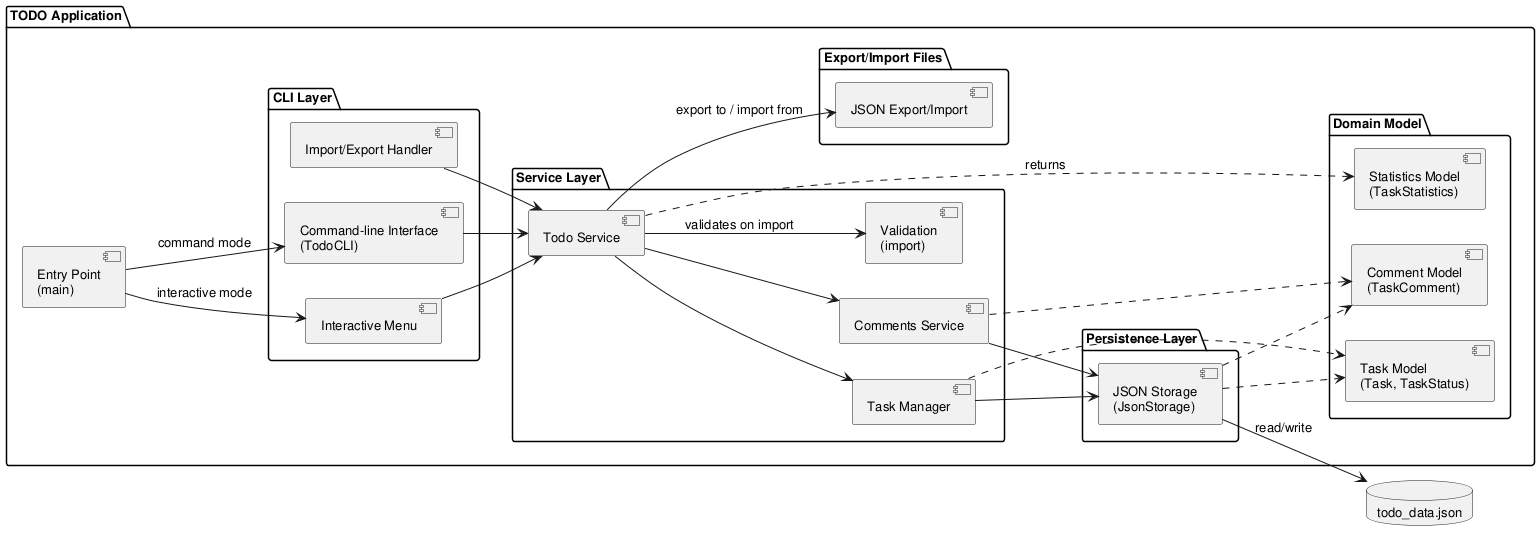
DanielRiha8906/Software_autoevolution_using_agents keeps this PlantUML diagram as experiments/supervisor_as_tools/structured_text/TODO/artifacts/component_diagram.png. Above is the earlier version.
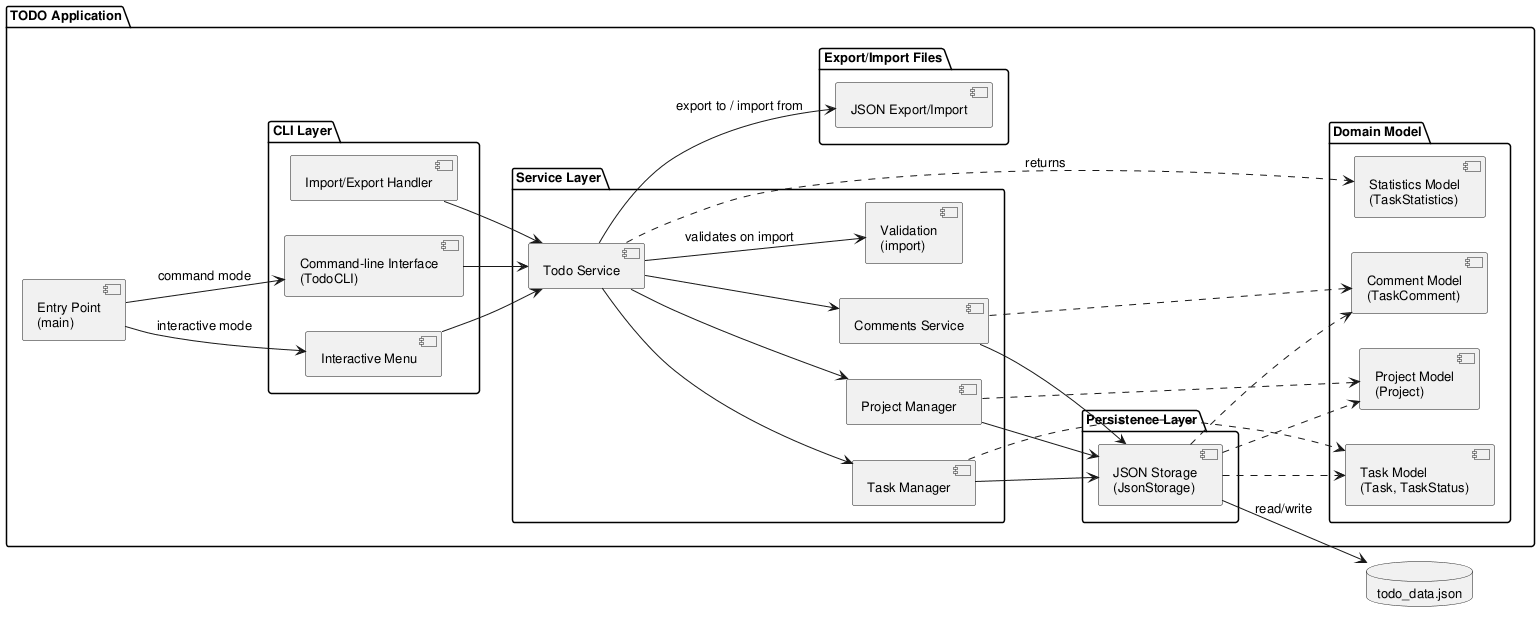
After the commit.

Change to the diagram source:
```diff
@@ -18,12 +18,14 @@
     package "Service Layer" {
         component "Todo Service" as SVC
         component "Task Manager" as MGR
+        component "Project Manager" as PMR
         component "Comments Service" as COM
         component "Validation\n(import)" as VAL
     }
 
     package "Domain Model" {
         component "Task Model\n(Task, TaskStatus)" as Model
+        component "Project Model\n(Project)" as ProjectModel
         component "Comment Model\n(TaskComment)" as CommentModel
         component "Statistics Model\n(TaskStatistics)" as StatsModel
     }
@@ -47,14 +49,18 @@
 IEH --> SVC
 
 SVC --> MGR
+SVC --> PMR
 SVC --> COM
 SVC --> VAL : validates on import
 SVC ..> StatsModel : returns
 MGR --> Storage
 MGR ..> Model
+PMR --> Storage
+PMR ..> ProjectModel
 COM --> Storage
 COM ..> CommentModel
 Storage ..> Model
+Storage ..> ProjectModel
 Storage ..> CommentModel
 
 Storage --> DB : read/write
```
